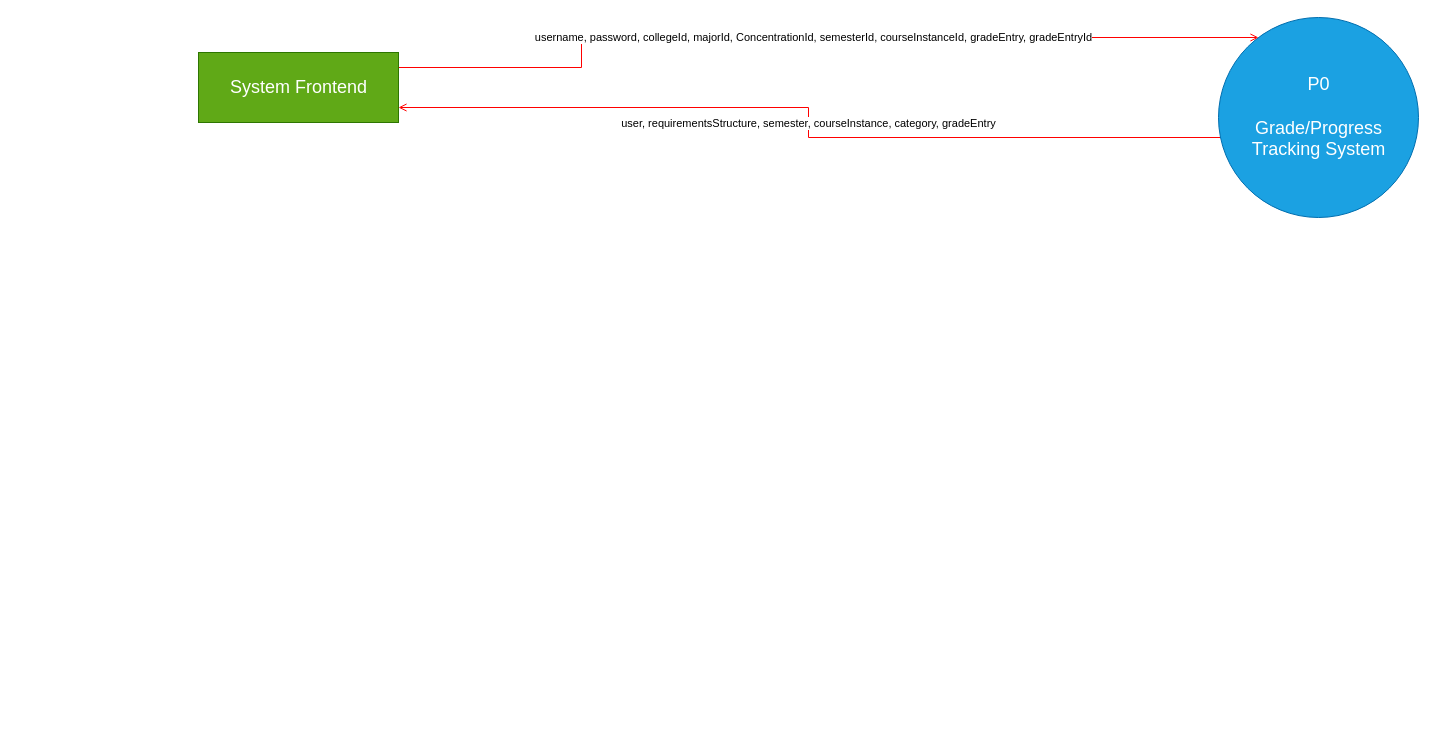
Before: docs/level_0_dfd/level_0_dfd.drawio in KYDronePilot/CSC-440-Team-Project, a draw.io diagram. Source tidied: cells renumbered, new cells numbered last; positions are measured from the earlier drawing's top-left corner, leaving out a move shared by most shapes. Both pictures are drawn from the tidied source at 100%, with x=0, y=0 at pixel (198, 17).
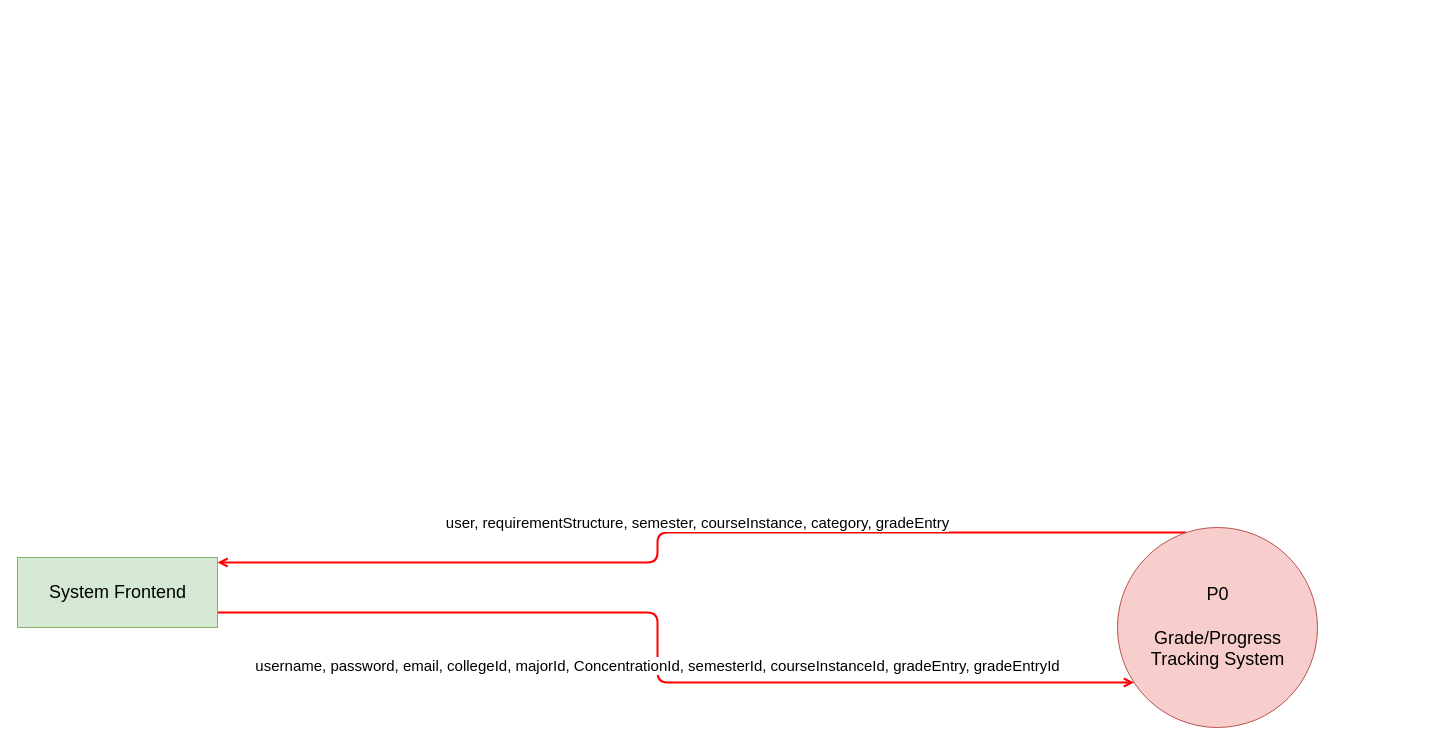
The same page after the edit.

Commit message (it also covers changes not shown here):
Created all data flow diagrams

The edit, as a diff of the source:
```diff
@@
 <mxGraphModel>
   <root>
     <mxCell id="0" />
     <mxCell id="1" parent="0" />
-    <mxCell id="2" value="user, requirementsStructure, semester, courseInstance, category, gradeEntry" style="edgeStyle=orthogonalEdgeStyle;rounded=0;jettySize=auto;html=1;endArrow=open;endFill=0;strokeColor=#FF0000;" parent="1" edge="1" source="3" target="5">
-      <mxGeometry relative="1" as="geometry">
+    <mxCell id="2" value="&lt;font style=&quot;font-size: 15px&quot;&gt;user, requirementStructure, semester, courseInstance, category, gradeEntry&lt;/font&gt;" style="edgeStyle=orthogonalEdgeStyle;rounded=1;jettySize=auto;html=1;endArrow=open;endFill=0;strokeColor=#FF0000;strokeWidth=2;" parent="1" edge="1" source="3" target="5">
+      <mxGeometry x="-0.02" y="-10" relative="1" as="geometry">
         <Array as="points">
-          <mxPoint x="610" y="120" />
-          <mxPoint x="610" y="90" />
+          <mxPoint x="459" y="515" />
+          <mxPoint x="459" y="545" />
         </Array>
       </mxGeometry>
     </mxCell>
-    <mxCell id="3" value="P0&lt;br&gt;&lt;br&gt;Grade/Progress&lt;br&gt;Tracking System" style="shape=ellipse;html=1;dashed=0;whitespace=wrap;perimeter=ellipsePerimeter;fillColor=#1ba1e2;strokeColor=#006EAF;fontColor=#ffffff;fontSize=18;" parent="1" vertex="1">
-      <mxGeometry x="1020" width="200" height="200" as="geometry" />
+    <mxCell id="3" value="P0&lt;br&gt;&lt;br&gt;Grade/Progress&lt;br&gt;Tracking System" style="shape=ellipse;html=1;dashed=0;whitespace=wrap;perimeter=ellipsePerimeter;fillColor=#f8cecc;strokeColor=#b85450;fontSize=18;" parent="1" vertex="1">
+      <mxGeometry x="919" y="510" width="200" height="200" as="geometry" />
     </mxCell>
-    <mxCell id="4" value="username, password, collegeId, majorId, ConcentrationId, semesterId, courseInstanceId, gradeEntry, gradeEntryId" style="edgeStyle=orthogonalEdgeStyle;rounded=0;jettySize=auto;html=1;strokeColor=#FF0000;endArrow=open;endFill=0;" parent="1" edge="1" source="5" target="3">
+    <mxCell id="4" value="&lt;font style=&quot;font-size: 15px&quot;&gt;username, password, email, collegeId, majorId, ConcentrationId, semesterId, courseInstanceId, gradeEntry, gradeEntryId&lt;/font&gt;" style="edgeStyle=orthogonalEdgeStyle;rounded=1;jettySize=auto;html=1;strokeColor=#FF0000;endArrow=open;endFill=0;strokeWidth=2;" parent="1" edge="1" source="5" target="3">
       <mxGeometry relative="1" as="geometry">
         <Array as="points">
-          <mxPoint x="383" y="50" />
-          <mxPoint x="383" y="20" />
+          <mxPoint x="459" y="595" />
+          <mxPoint x="459" y="665" />
         </Array>
       </mxGeometry>
     </mxCell>
-    <mxCell id="5" value="System Frontend" style="html=1;dashed=0;whitespace=wrap;fillColor=#60a917;strokeColor=#2D7600;fontColor=#ffffff;fontSize=18;" parent="1" vertex="1">
-      <mxGeometry y="35" width="200" height="70" as="geometry" />
+    <mxCell id="5" value="System Frontend" style="html=1;dashed=0;whitespace=wrap;fillColor=#d5e8d4;strokeColor=#82b366;fontSize=18;" parent="1" vertex="1">
+      <mxGeometry x="-181" y="540" width="200" height="70" as="geometry" />
     </mxCell>
   </root>
 </mxGraphModel>
```
